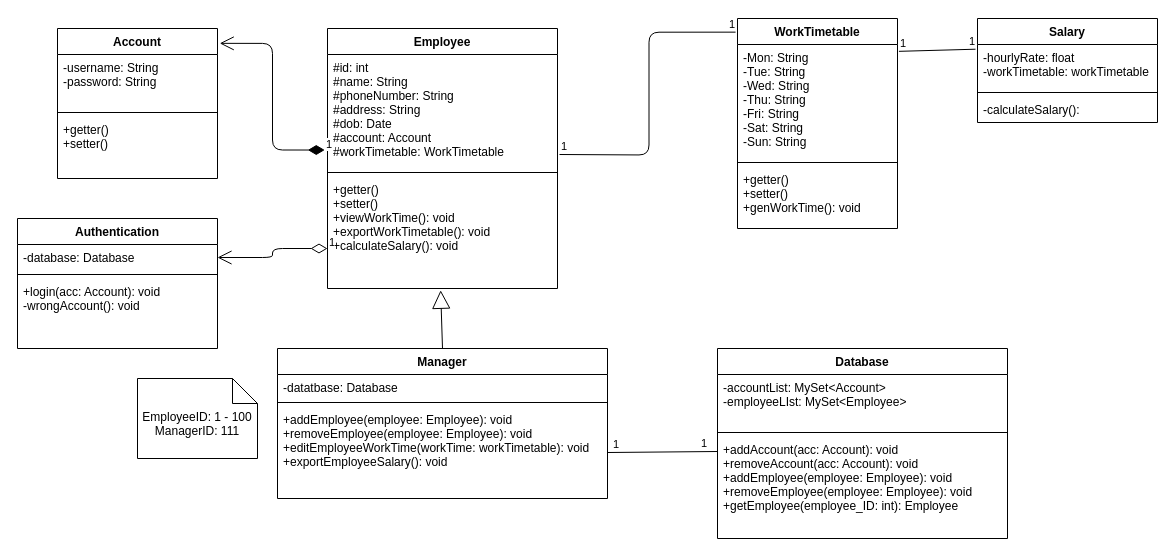
This is Diagram/Class Diagram.drawio from hakunhan/employee_management, a draw.io file, before an edit. Source tidied: cells renumbered, new cells numbered last; positions are measured from the earlier drawing's top-left corner, leaving out a move shared by most shapes. Both pictures are drawn from the tidied source at 100%, with x=0, y=0 at pixel (17, 18).
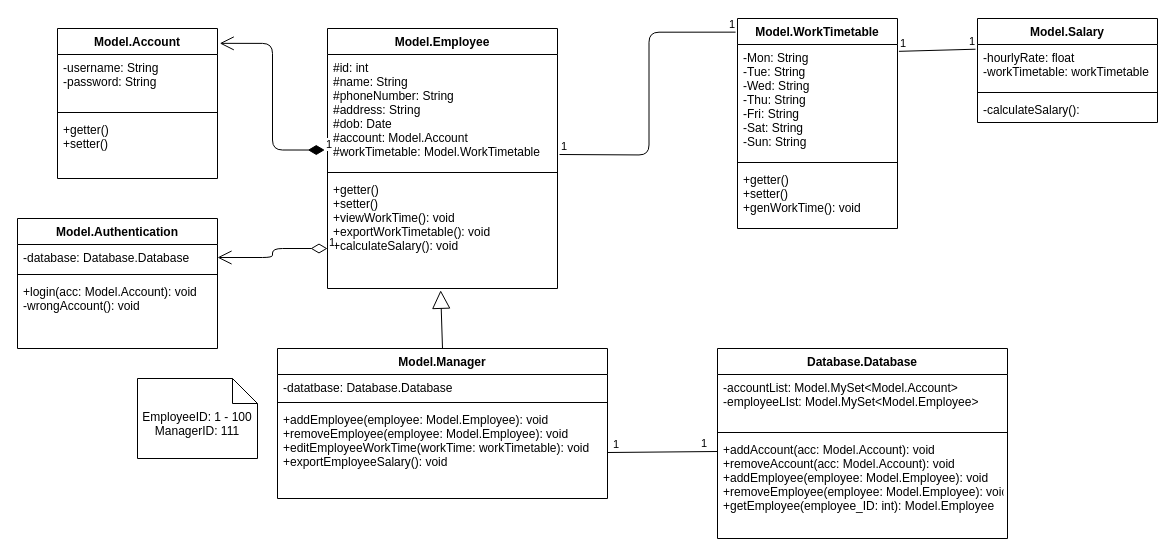
After the change.

Change to the diagram source:
```diff
@@
-    <mxCell id="2" value="Employee" style="swimlane;fontStyle=1;align=center;verticalAlign=top;horizontal=1;startSize=26;" parent="1" vertex="1">
+    <mxCell id="2" value="Model.Employee" style="swimlane;fontStyle=1;align=center;verticalAlign=top;horizontal=1;startSize=26;" parent="1" vertex="1">
       <mxGeometry x="310" y="10" width="230" height="260" as="geometry" />
     </mxCell>
-    <mxCell id="3" value="#id: int&#10;#name: String &#10;#phoneNumber: String &#10;#address: String &#10;#dob: Date &#10;#account: Account&#10;#workTimetable: WorkTimetable&#10;&#10;&#10;&#10;" style="text;strokeColor=none;fillColor=none;align=left;verticalAlign=top;spacingLeft=4;spacingRight=4;overflow=hidden;points=[[0,0.5],[1,0.5]];portConstraint=eastwest;labelBackgroundColor=#ffffff;" parent="2" vertex="1">
+    <mxCell id="3" value="#id: int&#10;#name: String &#10;#phoneNumber: String &#10;#address: String &#10;#dob: Date &#10;#account: Model.Account&#10;#workTimetable: Model.WorkTimetable&#10;&#10;&#10;&#10;" style="text;strokeColor=none;fillColor=none;align=left;verticalAlign=top;spacingLeft=4;spacingRight=4;overflow=hidden;points=[[0,0.5],[1,0.5]];portConstraint=eastwest;labelBackgroundColor=#ffffff;" parent="2" vertex="1">
       <mxGeometry y="26" width="230" height="114" as="geometry" />
     </mxCell>
@@
-    <mxCell id="6" value="Manager" style="swimlane;fontStyle=1;align=center;verticalAlign=top;horizontal=1;startSize=26;" parent="1" vertex="1">
+    <mxCell id="6" value="Model.Manager" style="swimlane;fontStyle=1;align=center;verticalAlign=top;horizontal=1;startSize=26;" parent="1" vertex="1">
       <mxGeometry x="260" y="330" width="330" height="150" as="geometry" />
     </mxCell>
-    <mxCell id="7" value="-datatbase: Database " style="text;strokeColor=none;fillColor=none;align=left;verticalAlign=top;spacingLeft=4;spacingRight=4;overflow=hidden;" parent="6" vertex="1">
+    <mxCell id="7" value="-datatbase: Database.Database " style="text;strokeColor=none;fillColor=none;align=left;verticalAlign=top;spacingLeft=4;spacingRight=4;overflow=hidden;" parent="6" vertex="1">
       <mxGeometry y="26" width="330" height="24" as="geometry" />
     </mxCell>
@@
-    <mxCell id="9" value="+addEmployee(employee: Employee): void&#10;+removeEmployee(employee: Employee): void&#10;+editEmployeeWorkTime(workTime: workTimetable): void&#10;+exportEmployeeSalary(): void&#10;" style="text;strokeColor=none;fillColor=none;align=left;verticalAlign=top;spacingLeft=4;spacingRight=4;overflow=hidden;points=[[0,0.5],[1,0.5]];portConstraint=eastwest;" parent="6" vertex="1">
+    <mxCell id="9" value="+addEmployee(employee: Model.Employee): void&#10;+removeEmployee(employee: Model.Employee): void&#10;+editEmployeeWorkTime(workTime: workTimetable): void&#10;+exportEmployeeSalary(): void&#10;" style="text;strokeColor=none;fillColor=none;align=left;verticalAlign=top;spacingLeft=4;spacingRight=4;overflow=hidden;points=[[0,0.5],[1,0.5]];portConstraint=eastwest;" parent="6" vertex="1">
       <mxGeometry y="58" width="330" height="92" as="geometry" />
     </mxCell>
@@
-    <mxCell id="11" value="WorkTimetable" style="swimlane;fontStyle=1;align=center;verticalAlign=top;horizontal=1;startSize=26;labelBackgroundColor=#ffffff;" parent="1" vertex="1">
+    <mxCell id="11" value="Model.WorkTimetable" style="swimlane;fontStyle=1;align=center;verticalAlign=top;horizontal=1;startSize=26;labelBackgroundColor=#ffffff;" parent="1" vertex="1">
       <mxGeometry x="720" width="160" height="210" as="geometry" />
     </mxCell>
@@
-    <mxCell id="15" value="Account" style="swimlane;fontStyle=1;align=center;verticalAlign=top;horizontal=1;startSize=26;" parent="1" vertex="1">
+    <mxCell id="15" value="Model.Account" style="swimlane;fontStyle=1;align=center;verticalAlign=top;horizontal=1;startSize=26;" parent="1" vertex="1">
       <mxGeometry x="40" y="10" width="160" height="150" as="geometry" />
     </mxCell>
@@
-    <mxCell id="24" value="Salary" style="swimlane;fontStyle=1;align=center;verticalAlign=top;horizontal=1;startSize=26;" parent="1" vertex="1">
+    <mxCell id="24" value="Model.Salary" style="swimlane;fontStyle=1;align=center;verticalAlign=top;horizontal=1;startSize=26;" parent="1" vertex="1">
       <mxGeometry x="960" width="180" height="104" as="geometry" />
     </mxCell>
@@
-    <mxCell id="31" value="Authentication" style="swimlane;fontStyle=1;align=center;verticalAlign=top;horizontal=1;startSize=26;" parent="1" vertex="1">
+    <mxCell id="31" value="Model.Authentication" style="swimlane;fontStyle=1;align=center;verticalAlign=top;horizontal=1;startSize=26;" parent="1" vertex="1">
       <mxGeometry y="200" width="200" height="130" as="geometry" />
     </mxCell>
-    <mxCell id="32" value="-database: Database" style="text;strokeColor=none;fillColor=none;align=left;verticalAlign=top;spacingLeft=4;spacingRight=4;overflow=hidden;points=[[0,0.5],[1,0.5]];portConstraint=eastwest;" parent="31" vertex="1">
+    <mxCell id="32" value="-database: Database.Database" style="text;strokeColor=none;fillColor=none;align=left;verticalAlign=top;spacingLeft=4;spacingRight=4;overflow=hidden;points=[[0,0.5],[1,0.5]];portConstraint=eastwest;" parent="31" vertex="1">
       <mxGeometry y="26" width="200" height="26" as="geometry" />
     </mxCell>
@@
-    <mxCell id="34" value="+login(acc: Account): void&#10;-wrongAccount(): void&#10;" style="text;strokeColor=none;fillColor=none;align=left;verticalAlign=top;spacingLeft=4;spacingRight=4;overflow=hidden;" parent="31" vertex="1">
+    <mxCell id="34" value="+login(acc: Model.Account): void&#10;-wrongAccount(): void&#10;" style="text;strokeColor=none;fillColor=none;align=left;verticalAlign=top;spacingLeft=4;spacingRight=4;overflow=hidden;" parent="31" vertex="1">
       <mxGeometry y="60" width="200" height="70" as="geometry" />
     </mxCell>
@@
-    <mxCell id="36" value="Database" style="swimlane;fontStyle=1;align=center;verticalAlign=top;horizontal=1;startSize=26;" parent="1" vertex="1">
+    <mxCell id="36" value="Database.Database" style="swimlane;fontStyle=1;align=center;verticalAlign=top;horizontal=1;startSize=26;" parent="1" vertex="1">
       <mxGeometry x="700" y="330" width="290" height="190" as="geometry" />
     </mxCell>
-    <mxCell id="37" value="-accountList: MySet&lt;Account&gt;&#10;-employeeLIst: MySet&lt;Employee&gt;&#10;" style="text;strokeColor=none;fillColor=none;align=left;verticalAlign=top;spacingLeft=4;spacingRight=4;overflow=hidden;" parent="36" vertex="1">
+    <mxCell id="37" value="-accountList: Model.MySet&lt;Model.Account&gt;&#10;-employeeLIst: Model.MySet&lt;Model.Employee&gt;&#10;" style="text;strokeColor=none;fillColor=none;align=left;verticalAlign=top;spacingLeft=4;spacingRight=4;overflow=hidden;" parent="36" vertex="1">
       <mxGeometry y="26" width="290" height="54" as="geometry" />
     </mxCell>
@@
-    <mxCell id="39" value="+addAccount(acc: Account): void&#10;+removeAccount(acc: Account): void&#10;+addEmployee(employee: Employee): void&#10;+removeEmployee(employee: Employee): void&#10;+getEmployee(employee_ID: int): Employee&#10;" style="text;strokeColor=none;fillColor=none;align=left;verticalAlign=top;spacingLeft=4;spacingRight=4;overflow=hidden;" parent="36" vertex="1">
+    <mxCell id="39" value="+addAccount(acc: Model.Account): void&#10;+removeAccount(acc: Model.Account): void&#10;+addEmployee(employee: Model.Employee): void&#10;+removeEmployee(employee: Model.Employee): void&#10;+getEmployee(employee_ID: int): Model.Employee&#10;" style="text;strokeColor=none;fillColor=none;align=left;verticalAlign=top;spacingLeft=4;spacingRight=4;overflow=hidden;" parent="36" vertex="1">
       <mxGeometry y="88" width="290" height="102" as="geometry" />
     </mxCell>
```
